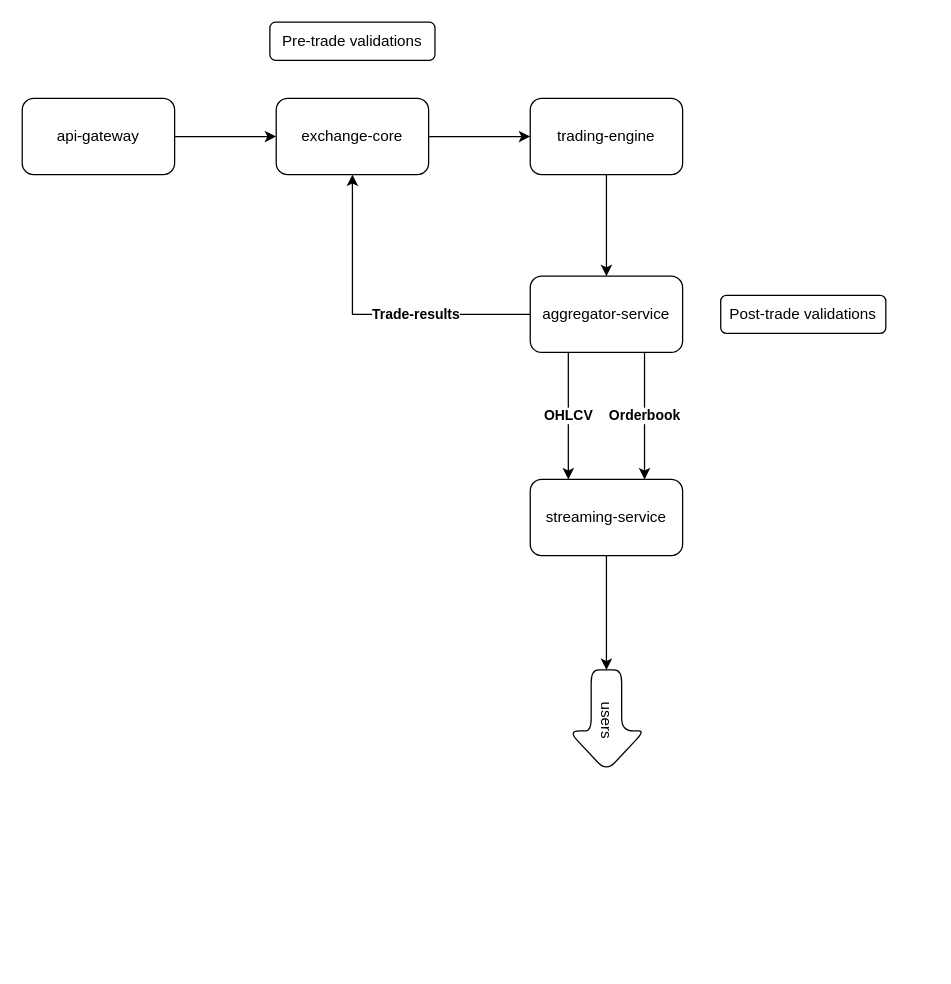
This is diagrams/trading-engine.drawio from gokul656/draw.io, a draw.io file, before an edit. Source tidied: cells renumbered, new cells numbered last; positions are measured from the earlier drawing's top-left corner, leaving out a move shared by most shapes. Both pictures are drawn from the tidied source at 127%, with x=0, y=0 at pixel (22, 22).
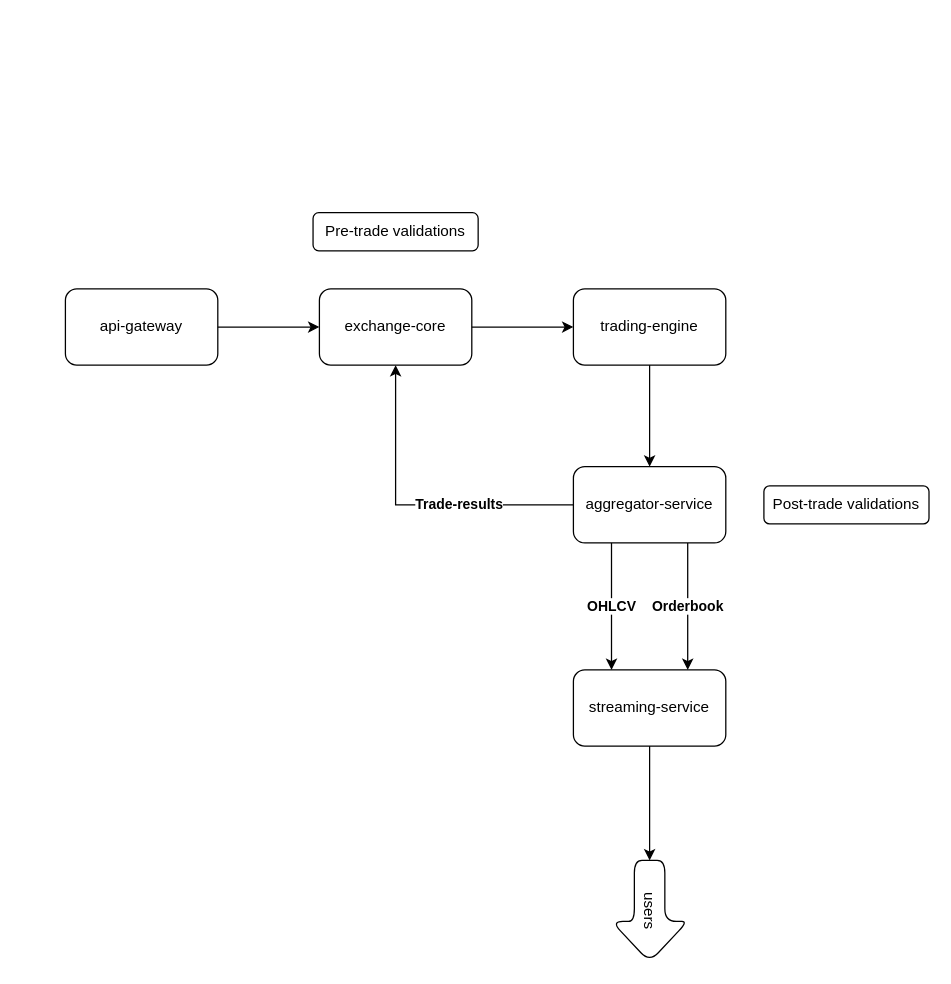
Above is the later version.

Unchanged cells that the change refers to:
```xml
<mxCell id="4" value="exchange-core" style="whiteSpace=wrap;html=1;rounded=1;" parent="2" vertex="1">
  <mxGeometry x="200" width="120" height="60" as="geometry" />
</mxCell>
<mxCell id="6" value="trading-engine" style="whiteSpace=wrap;html=1;rounded=1;" parent="2" vertex="1">
  <mxGeometry x="400" width="120" height="60" as="geometry" />
</mxCell>
```

What changed in the source:
```diff
@@
+    <mxCell id="18" style="group;" parent="1" vertex="1">
+      <mxGeometry x="34" y="150" width="680" height="590" as="geometry" />
+    </mxCell>
-    <mxCell id="2" style="group;" parent="1" vertex="1">
+    <mxCell id="2" style="group;" parent="18" vertex="1">
       <mxGeometry y="60" width="520" height="60" as="geometry" />
     </mxCell>
@@
-    <mxCell id="8" value="&lt;b&gt;OHLCV&lt;/b&gt;" style="edgeStyle=orthogonalEdgeStyle;rounded=0;jettySize=auto;html=1;" parent="1" edge="1" source="11" target="14">
-      <mxGeometry relative="1" as="geometry">
-        <Array as="points">
-          <mxPoint x="430" y="310" />
-          <mxPoint x="430" y="310" />
-        </Array>
-      </mxGeometry>
-    </mxCell>
-    <mxCell id="9" value="&lt;b&gt;Trade-results&lt;/b&gt;" style="edgeStyle=orthogonalEdgeStyle;rounded=0;jettySize=auto;html=1;entryX=0.5;entryY=1;entryDx=0;entryDy=0;" parent="1" edge="1" source="11" target="4">
+    <mxCell id="9" value="&lt;b&gt;Trade-results&lt;/b&gt;" style="edgeStyle=orthogonalEdgeStyle;rounded=0;jettySize=auto;html=1;entryX=0.5;entryY=1;entryDx=0;entryDy=0;" parent="18" edge="1" source="11" target="4">
       <mxGeometry x="-0.28" relative="1" as="geometry" />
     </mxCell>
-    <mxCell id="10" value="&lt;b&gt;Orderbook&lt;/b&gt;" style="edgeStyle=orthogonalEdgeStyle;rounded=0;jettySize=auto;html=1;" parent="1" edge="1" source="11" target="14">
-      <mxGeometry relative="1" as="geometry">
-        <Array as="points">
-          <mxPoint x="490" y="320" />
-          <mxPoint x="490" y="320" />
-        </Array>
-      </mxGeometry>
-    </mxCell>
-    <mxCell id="11" value="aggregator-service" style="whiteSpace=wrap;html=1;rounded=1;" parent="1" vertex="1">
+    <mxCell id="11" value="aggregator-service" style="whiteSpace=wrap;html=1;rounded=1;" parent="18" vertex="1">
       <mxGeometry x="400" y="200" width="120" height="60" as="geometry" />
     </mxCell>
-    <mxCell id="12" style="edgeStyle=orthogonalEdgeStyle;rounded=0;jettySize=auto;html=1;" parent="1" edge="1" source="6" target="11">
+    <mxCell id="12" style="edgeStyle=orthogonalEdgeStyle;rounded=0;jettySize=auto;html=1;" parent="18" edge="1" source="6" target="11">
       <mxGeometry relative="1" as="geometry" />
     </mxCell>
-    <mxCell id="13" style="edgeStyle=orthogonalEdgeStyle;rounded=0;jettySize=auto;html=1;" parent="1" edge="1" source="14" target="15">
-      <mxGeometry relative="1" as="geometry" />
-    </mxCell>
-    <mxCell id="14" value="streaming-service" style="whiteSpace=wrap;html=1;rounded=1;" parent="1" vertex="1">
+    <mxCell id="14" value="streaming-service" style="whiteSpace=wrap;html=1;rounded=1;" parent="18" vertex="1">
       <mxGeometry x="400" y="360" width="120" height="60" as="geometry" />
     </mxCell>
+    <mxCell id="8" value="&lt;b&gt;OHLCV&lt;/b&gt;" style="edgeStyle=orthogonalEdgeStyle;rounded=0;jettySize=auto;html=1;" parent="18" edge="1" source="11" target="14">
+      <mxGeometry relative="1" as="geometry">
+        <Array as="points">
+          <mxPoint x="430" y="310" />
+          <mxPoint x="430" y="310" />
+        </Array>
+      </mxGeometry>
+    </mxCell>
+    <mxCell id="10" value="&lt;b&gt;Orderbook&lt;/b&gt;" style="edgeStyle=orthogonalEdgeStyle;rounded=0;jettySize=auto;html=1;" parent="18" edge="1" source="11" target="14">
+      <mxGeometry relative="1" as="geometry">
+        <Array as="points">
+          <mxPoint x="490" y="320" />
+          <mxPoint x="490" y="320" />
+        </Array>
+      </mxGeometry>
+    </mxCell>
-    <mxCell id="15" value="users" style="shape=singleArrow;whiteSpace=wrap;html=1;arrowWidth=0.4;arrowSize=0.4;rounded=1;rotation=90;" parent="1" vertex="1">
+    <mxCell id="15" value="users" style="shape=singleArrow;whiteSpace=wrap;html=1;arrowWidth=0.4;arrowSize=0.4;rounded=1;rotation=90;" parent="18" vertex="1">
       <mxGeometry x="420" y="520" width="80" height="60" as="geometry" />
     </mxCell>
-    <mxCell id="16" value="Pre-trade validations" style="text;html=1;strokeColor=default;fillColor=none;align=center;verticalAlign=middle;whiteSpace=wrap;rounded=1;perimeterSpacing=0;" parent="1" vertex="1">
+    <mxCell id="16" value="Pre-trade validations" style="text;html=1;strokeColor=default;fillColor=none;align=center;verticalAlign=middle;whiteSpace=wrap;rounded=1;perimeterSpacing=0;" parent="18" vertex="1">
       <mxGeometry x="195" width="130" height="30" as="geometry" />
     </mxCell>
-    <mxCell id="17" value="Post-trade validations" style="text;html=1;strokeColor=default;fillColor=none;align=center;verticalAlign=middle;whiteSpace=wrap;rounded=1;perimeterSpacing=0;" parent="1" vertex="1">
+    <mxCell id="17" value="Post-trade validations" style="text;html=1;strokeColor=default;fillColor=none;align=center;verticalAlign=middle;whiteSpace=wrap;rounded=1;perimeterSpacing=0;" parent="18" vertex="1">
       <mxGeometry x="550" y="215" width="130" height="30" as="geometry" />
     </mxCell>
+    <mxCell id="13" style="edgeStyle=orthogonalEdgeStyle;rounded=0;jettySize=auto;html=1;" parent="18" edge="1" source="14" target="15">
+      <mxGeometry relative="1" as="geometry" />
+    </mxCell>
```
